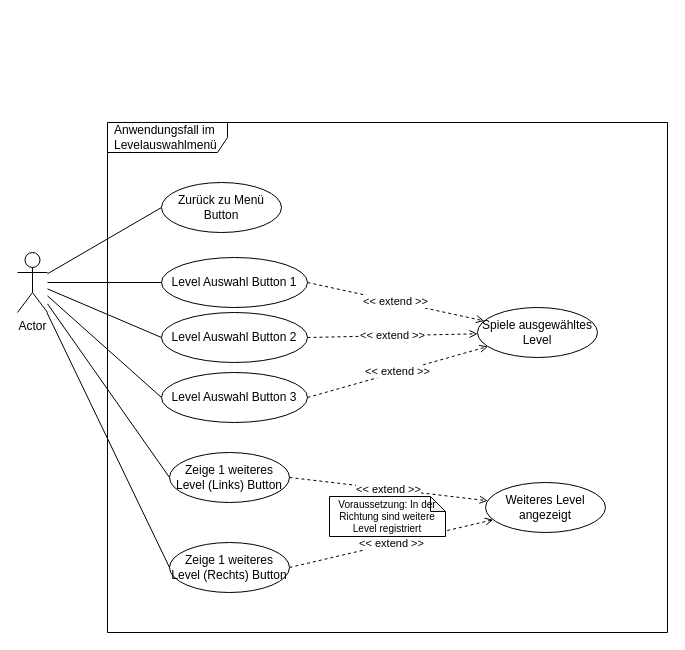
This is documentation/diagrams/Level_AFD.drawio from Xipit/2d-maze-game, a draw.io file, before an edit. Source tidied: cells renumbered, new cells numbered last; positions are measured from the earlier drawing's top-left corner, leaving out a move shared by most shapes. Both pictures are drawn from the tidied source at 100%, with x=0, y=0 at pixel (17, 122).
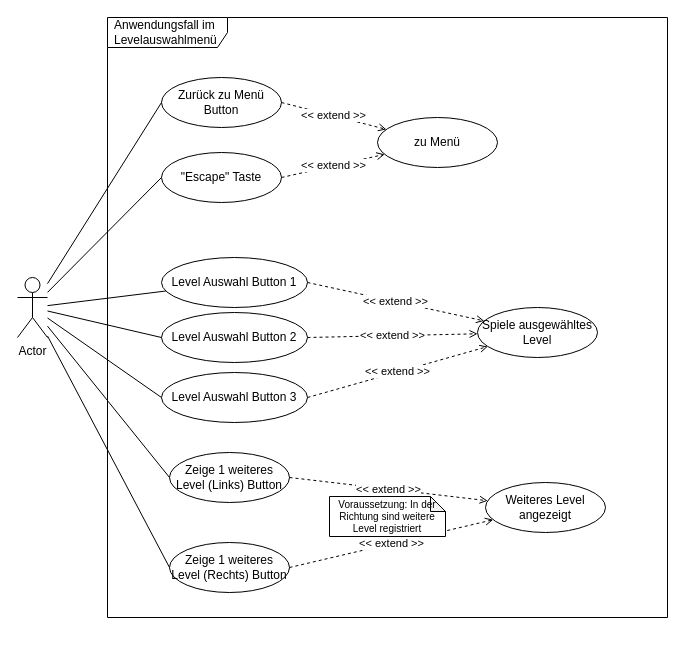
After the change.

What changed in the source:
```diff
@@
     <mxCell id="2" value="Actor" style="shape=umlActor;verticalLabelPosition=bottom;verticalAlign=top;html=1;outlineConnect=0;" parent="1" vertex="1">
-      <mxGeometry y="130" width="30" height="60" as="geometry" />
+      <mxGeometry y="155" width="30" height="60" as="geometry" />
     </mxCell>
     <mxCell id="3" value="Anwendungsfall im Levelauswahlmenü" style="shape=umlFrame;whiteSpace=wrap;html=1;width=120;height=30;boundedLbl=1;verticalAlign=middle;align=left;spacingLeft=5;" parent="1" vertex="1">
-      <mxGeometry x="90" width="560" height="510" as="geometry" />
+      <mxGeometry x="90" y="-105" width="560" height="600" as="geometry" />
     </mxCell>
     <mxCell id="4" value="&lt;div&gt;Zurück zu Menü&lt;/div&gt;&lt;div&gt;Button&lt;br&gt;&lt;/div&gt;" style="ellipse;whiteSpace=wrap;html=1;" parent="1" vertex="1">
-      <mxGeometry x="144" y="60" width="120" height="50" as="geometry" />
+      <mxGeometry x="144" y="-45" width="120" height="50" as="geometry" />
     </mxCell>
@@
+    <mxCell id="24" value="zu Menü" style="ellipse;whiteSpace=wrap;html=1;" parent="1" vertex="1">
+      <mxGeometry x="360" y="-5" width="120" height="50" as="geometry" />
+    </mxCell>
+    <mxCell id="25" value="&quot;Escape&quot; Taste" style="ellipse;whiteSpace=wrap;html=1;" parent="1" vertex="1">
+      <mxGeometry x="144" y="30" width="120" height="50" as="geometry" />
+    </mxCell>
+    <mxCell id="26" value="&amp;lt;&amp;lt; extend &amp;gt;&amp;gt;" style="endArrow=open;dashed=1;html=1;rounded=0;endFill=0;exitX=1;exitY=0.5;exitDx=0;exitDy=0;" parent="1" edge="1" source="4" target="24">
+      <mxGeometry relative="1" as="geometry" />
+    </mxCell>
+    <mxCell id="27" value="&amp;lt;&amp;lt; extend &amp;gt;&amp;gt;" style="endArrow=open;dashed=1;html=1;rounded=0;endFill=0;exitX=1;exitY=0.5;exitDx=0;exitDy=0;" parent="1" edge="1" source="25" target="24">
+      <mxGeometry relative="1" as="geometry" />
+    </mxCell>
+    <mxCell id="28" style="endArrow=none;html=1;rounded=0;fontSize=10;entryX=0;entryY=0.5;entryDx=0;entryDy=0;" parent="1" edge="1" source="2" target="25">
+      <mxGeometry relative="1" as="geometry" />
+    </mxCell>
```
